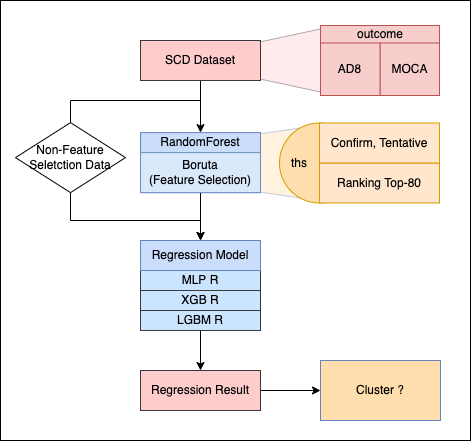
The draw.io diagram CG-Subjective-Cognitive-Decline-Brain/SCD-arch-01.png in IlikeBB/CG-Project, before a commit. Source tidied: cells renumbered, new cells last; positions are measured from the earlier drawing's top-left corner, leaving out a move shared by most shapes. The source it was exported from:
```xml
<mxGraphModel>
  <root>
    <mxCell id="0" />
    <mxCell id="1" parent="0" />
    <mxCell id="2" style="rounded=0;whiteSpace=wrap;html=1;" parent="1" vertex="1">
      <mxGeometry width="470" height="440" as="geometry" />
    </mxCell>
    <mxCell id="3" style="shape=trapezoid;perimeter=trapezoidPerimeter;whiteSpace=wrap;html=1;fixedSize=1;strokeColor=#36393d;fillColor=#ffcccc;opacity=40;rotation=-90;size=15.389999999999873;" parent="1" vertex="1">
      <mxGeometry x="254" y="24" width="63.8" height="71.9" as="geometry" />
    </mxCell>
    <mxCell id="4" style="group;" parent="1" vertex="1">
      <mxGeometry x="320" y="25" width="119" height="70" as="geometry" />
    </mxCell>
    <mxCell id="5" style="rounded=0;whiteSpace=wrap;html=1;fillColor=#f8cecc;strokeColor=#b85450;" parent="4" vertex="1">
      <mxGeometry width="119" height="70" as="geometry" />
    </mxCell>
    <mxCell id="6" value="MOCA" style="rounded=0;whiteSpace=wrap;html=1;fillColor=#f8cecc;strokeColor=#b85450;" parent="4" vertex="1">
      <mxGeometry x="59.5" y="17.5" width="59.5" height="52.5" as="geometry" />
    </mxCell>
    <mxCell id="7" value="AD8" style="rounded=0;whiteSpace=wrap;html=1;fillColor=#f8cecc;strokeColor=#b85450;" parent="4" vertex="1">
      <mxGeometry y="17.5" width="59.5" height="52.5" as="geometry" />
    </mxCell>
    <mxCell id="8" value="outcome" style="text;html=1;strokeColor=none;fillColor=none;align=center;verticalAlign=middle;whiteSpace=wrap;rounded=0;" parent="4" vertex="1">
      <mxGeometry x="41.6" width="35.7" height="17.5" as="geometry" />
    </mxCell>
    <mxCell id="9" style="edgeStyle=orthogonalEdgeStyle;rounded=0;jettySize=auto;html=1;exitX=0.5;exitY=1;exitDx=0;exitDy=0;entryX=0.5;entryY=0;entryDx=0;entryDy=0;" parent="1" edge="1" source="11" target="19">
      <mxGeometry relative="1" as="geometry" />
    </mxCell>
    <mxCell id="10" style="edgeStyle=orthogonalEdgeStyle;rounded=0;jettySize=auto;html=1;exitX=0.5;exitY=1;exitDx=0;exitDy=0;entryX=0.5;entryY=0;entryDx=0;entryDy=0;" parent="1" edge="1" source="11" target="26">
      <mxGeometry relative="1" as="geometry">
        <Array as="points">
          <mxPoint x="200" y="100" />
          <mxPoint x="70" y="100" />
          <mxPoint x="70" y="220" />
          <mxPoint x="200" y="220" />
        </Array>
      </mxGeometry>
    </mxCell>
    <mxCell id="11" value="SCD Dataset" style="rounded=0;whiteSpace=wrap;html=1;fillColor=#ffcccc;strokeColor=#36393d;" parent="1" vertex="1">
      <mxGeometry x="140" y="40" width="120" height="40" as="geometry" />
    </mxCell>
    <mxCell id="12" style="group;" parent="1" vertex="1">
      <mxGeometry x="279" y="122.5" width="160" height="82.5" as="geometry" />
    </mxCell>
    <mxCell id="13" style="shape=trapezoid;perimeter=trapezoidPerimeter;whiteSpace=wrap;html=1;fixedSize=1;strokeColor=#6784BF;fillColor=#FFDEAD;opacity=40;rotation=-90;size=12.5;" parent="12" vertex="1">
      <mxGeometry x="-42.5" y="-2.5" width="75" height="85" as="geometry" />
    </mxCell>
    <mxCell id="14" style="ellipse;whiteSpace=wrap;html=1;fillColor=#FFDEAD;strokeColor=#d79b00;" parent="12" vertex="1">
      <mxGeometry width="80" height="80" as="geometry" />
    </mxCell>
    <mxCell id="15" value="Ranking Top-80" style="rounded=0;whiteSpace=wrap;html=1;fillColor=#ffe6cc;strokeColor=#d79b00;" parent="12" vertex="1">
      <mxGeometry x="40" y="40" width="120" height="40" as="geometry" />
    </mxCell>
    <mxCell id="16" value="Confirm, Tentative" style="rounded=0;whiteSpace=wrap;html=1;fillColor=#ffe6cc;strokeColor=#d79b00;" parent="12" vertex="1">
      <mxGeometry x="40" width="120" height="40" as="geometry" />
    </mxCell>
    <mxCell id="17" value="ths" style="text;html=1;strokeColor=none;fillColor=none;align=center;verticalAlign=middle;whiteSpace=wrap;rounded=0;" parent="12" vertex="1">
      <mxGeometry y="25" width="40" height="30" as="geometry" />
    </mxCell>
    <mxCell id="18" style="rounded=0;whiteSpace=wrap;html=1;fillColor=#CADEFC;strokeColor=#6784BF;" parent="1" vertex="1">
      <mxGeometry x="140" y="132.1" width="120" height="60" as="geometry" />
    </mxCell>
    <mxCell id="19" value="RandomForest" style="text;html=1;strokeColor=none;fillColor=none;align=center;verticalAlign=middle;whiteSpace=wrap;rounded=0;opacity=20;" parent="1" vertex="1">
      <mxGeometry x="170" y="132.1" width="60" height="20" as="geometry" />
    </mxCell>
    <mxCell id="20" style="edgeStyle=orthogonalEdgeStyle;rounded=0;jettySize=auto;html=1;exitX=0.5;exitY=1;exitDx=0;exitDy=0;" parent="1" edge="1" source="21" target="26">
      <mxGeometry relative="1" as="geometry" />
    </mxCell>
    <mxCell id="21" value="Boruta&lt;br&gt;(Feature Selection)" style="rounded=0;whiteSpace=wrap;html=1;fillColor=#dae8fc;strokeColor=#6c8ebf;" parent="1" vertex="1">
      <mxGeometry x="140" y="152.1" width="120" height="40" as="geometry" />
    </mxCell>
    <mxCell id="22" style="group;" parent="1" vertex="1">
      <mxGeometry x="140" y="240" width="120" height="90" as="geometry" />
    </mxCell>
    <mxCell id="23" value="MLP R" style="rounded=0;whiteSpace=wrap;html=1;fillColor=#cce5ff;strokeColor=#36393d;" parent="22" vertex="1">
      <mxGeometry y="30" width="120" height="20" as="geometry" />
    </mxCell>
    <mxCell id="24" value="XGB R" style="rounded=0;whiteSpace=wrap;html=1;fillColor=#cce5ff;strokeColor=#36393d;" parent="22" vertex="1">
      <mxGeometry y="50" width="120" height="20" as="geometry" />
    </mxCell>
    <mxCell id="25" value="LGBM R" style="rounded=0;whiteSpace=wrap;html=1;fillColor=#cce5ff;strokeColor=#36393d;" parent="22" vertex="1">
      <mxGeometry y="70" width="120" height="20" as="geometry" />
    </mxCell>
    <mxCell id="26" value="Regression Model" style="rounded=0;whiteSpace=wrap;html=1;fillColor=#CADEFC;strokeColor=#6784BF;" parent="22" vertex="1">
      <mxGeometry width="120" height="30" as="geometry" />
    </mxCell>
    <mxCell id="27" value="Non-Feature Seletction Data" style="rhombus;whiteSpace=wrap;html=1;" parent="1" vertex="1">
      <mxGeometry x="15" y="122.1" width="110" height="70" as="geometry" />
    </mxCell>
    <mxCell id="28" style="edgeStyle=orthogonalEdgeStyle;rounded=0;jettySize=auto;html=1;exitX=1;exitY=0.5;exitDx=0;exitDy=0;" parent="1" edge="1" source="29">
      <mxGeometry relative="1" as="geometry">
        <mxPoint x="320" y="390" as="targetPoint" />
      </mxGeometry>
    </mxCell>
    <mxCell id="29" value="Regression Result" style="rounded=0;whiteSpace=wrap;html=1;fillColor=#ffcccc;strokeColor=#36393d;" parent="1" vertex="1">
      <mxGeometry x="140" y="370" width="120" height="40" as="geometry" />
    </mxCell>
    <mxCell id="30" style="edgeStyle=orthogonalEdgeStyle;rounded=0;jettySize=auto;html=1;exitX=0.5;exitY=1;exitDx=0;exitDy=0;entryX=0.5;entryY=0;entryDx=0;entryDy=0;" parent="1" edge="1" source="25" target="29">
      <mxGeometry relative="1" as="geometry" />
    </mxCell>
    <mxCell id="31" value="Cluster ?" style="rounded=0;whiteSpace=wrap;html=1;strokeColor=#6784BF;fillColor=#FFDEAD;" parent="1" vertex="1">
      <mxGeometry x="320" y="360" width="120" height="60" as="geometry" />
    </mxCell>
  </root>
</mxGraphModel>
```
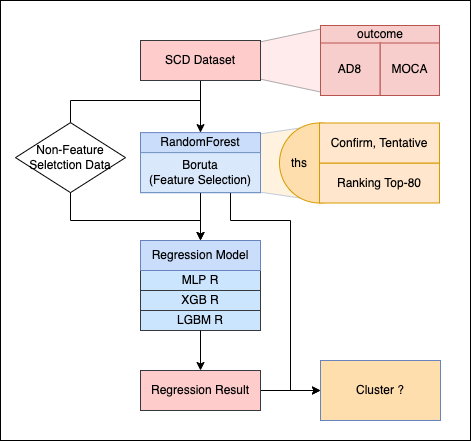
After the change.

The edit, as a diff of the source:
```diff
@@ -66,6 +66,15 @@
     <mxCell id="20" style="edgeStyle=orthogonalEdgeStyle;rounded=0;jettySize=auto;html=1;exitX=0.5;exitY=1;exitDx=0;exitDy=0;" parent="1" edge="1" source="21" target="26">
       <mxGeometry relative="1" as="geometry" />
     </mxCell>
+    <mxCell id="32" style="edgeStyle=orthogonalEdgeStyle;rounded=0;jettySize=auto;html=1;exitX=0.75;exitY=1;exitDx=0;exitDy=0;entryX=0;entryY=0.5;entryDx=0;entryDy=0;" parent="1" edge="1" source="21" target="31">
+      <mxGeometry relative="1" as="geometry">
+        <Array as="points">
+          <mxPoint x="230" y="220" />
+          <mxPoint x="290" y="220" />
+          <mxPoint x="290" y="390" />
+        </Array>
+      </mxGeometry>
+    </mxCell>
     <mxCell id="21" value="Boruta&lt;br&gt;(Feature Selection)" style="rounded=0;whiteSpace=wrap;html=1;fillColor=#dae8fc;strokeColor=#6c8ebf;" parent="1" vertex="1">
       <mxGeometry x="140" y="152.1" width="120" height="40" as="geometry" />
     </mxCell>
@@ -87,11 +96,9 @@
     <mxCell id="27" value="Non-Feature Seletction Data" style="rhombus;whiteSpace=wrap;html=1;" parent="1" vertex="1">
       <mxGeometry x="15" y="122.1" width="110" height="70" as="geometry" />
     </mxCell>
-    <mxCell id="28" style="edgeStyle=orthogonalEdgeStyle;rounded=0;jettySize=auto;html=1;exitX=1;exitY=0.5;exitDx=0;exitDy=0;" parent="1" edge="1" source="29">
-      <mxGeometry relative="1" as="geometry">
-        <mxPoint x="320" y="390" as="targetPoint" />
-      </mxGeometry>
-    </mxCell>
+    <mxCell id="33" style="edgeStyle=orthogonalEdgeStyle;rounded=0;jettySize=auto;html=1;exitX=1;exitY=0.5;exitDx=0;exitDy=0;entryX=0;entryY=0.5;entryDx=0;entryDy=0;" parent="1" edge="1" source="29" target="31">
+      <mxGeometry relative="1" as="geometry" />
+    </mxCell>
     <mxCell id="29" value="Regression Result" style="rounded=0;whiteSpace=wrap;html=1;fillColor=#ffcccc;strokeColor=#36393d;" parent="1" vertex="1">
       <mxGeometry x="140" y="370" width="120" height="40" as="geometry" />
     </mxCell>
```
